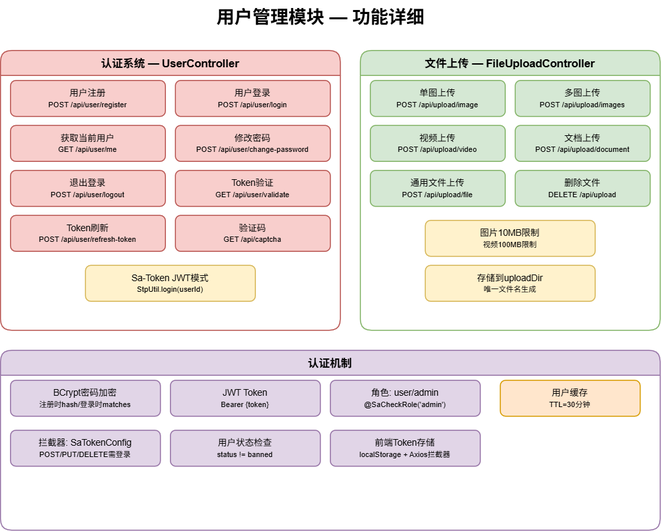
Earlier version of the draw.io export docs/diagrams-png/module-user-mgmt.drawio.png (yhe3603-star/Graduation-Project). Source tidied: cells renumbered, new cells last; positions are measured from the earlier drawing's top-left corner, leaving out a move shared by most shapes.
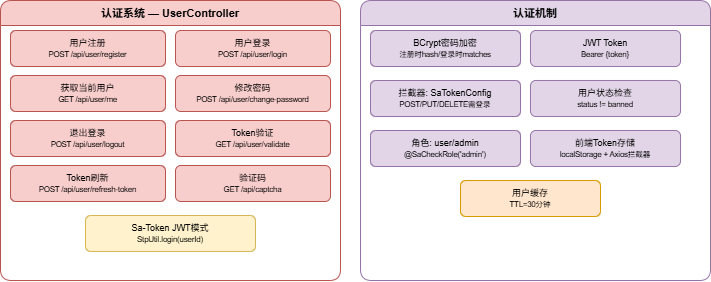
Later version of the same file.

The edit, as a diff of the source:
```diff
@@ -2,11 +2,8 @@
   <root>
     <mxCell id="0" />
     <mxCell id="1" parent="0" />
-    <mxCell id="2" value="用户管理模块 — 功能详细" style="text;html=1;fontSize=18;fontStyle=1;align=center;" parent="1" vertex="1">
-      <mxGeometry x="120" width="400" height="30" as="geometry" />
-    </mxCell>
     <mxCell id="3" value="认证系统 — UserController" style="swimlane;startSize=25;fillColor=#f8cecc;strokeColor=#b85450;fontSize=11;rounded=1;" parent="1" vertex="1">
-      <mxGeometry y="50" width="340" height="280" as="geometry" />
+      <mxGeometry x="-40" y="40" width="340" height="280" as="geometry" />
     </mxCell>
     <mxCell id="4" value="用户注册&lt;br&gt;&lt;small&gt;POST /api/user/register&lt;/small&gt;" style="rounded=1;whiteSpace=wrap;html=1;fillColor=#f8cecc;strokeColor=#b85450;fontSize=9;" parent="3" vertex="1">
       <mxGeometry x="10" y="30" width="155" height="36" as="geometry" />
@@ -35,35 +32,8 @@
     <mxCell id="12" value="Sa-Token JWT模式&lt;br&gt;&lt;small&gt;StpUtil.login(userId)&lt;/small&gt;" style="rounded=1;whiteSpace=wrap;html=1;fillColor=#fff2cc;strokeColor=#d6b656;fontSize=9;" parent="3" vertex="1">
       <mxGeometry x="85" y="215" width="170" height="36" as="geometry" />
     </mxCell>
-    <mxCell id="13" value="文件上传 — FileUploadController" style="swimlane;startSize=25;fillColor=#d5e8d4;strokeColor=#82b366;fontSize=11;rounded=1;" parent="1" vertex="1">
-      <mxGeometry x="360" y="50" width="300" height="280" as="geometry" />
-    </mxCell>
-    <mxCell id="14" value="单图上传&lt;br&gt;&lt;small&gt;POST /api/upload/image&lt;/small&gt;" style="rounded=1;whiteSpace=wrap;html=1;fillColor=#d5e8d4;strokeColor=#82b366;fontSize=9;" parent="13" vertex="1">
-      <mxGeometry x="10" y="30" width="135" height="36" as="geometry" />
-    </mxCell>
-    <mxCell id="15" value="多图上传&lt;br&gt;&lt;small&gt;POST /api/upload/images&lt;/small&gt;" style="rounded=1;whiteSpace=wrap;html=1;fillColor=#d5e8d4;strokeColor=#82b366;fontSize=9;" parent="13" vertex="1">
-      <mxGeometry x="155" y="30" width="135" height="36" as="geometry" />
-    </mxCell>
-    <mxCell id="16" value="视频上传&lt;br&gt;&lt;small&gt;POST /api/upload/video&lt;/small&gt;" style="rounded=1;whiteSpace=wrap;html=1;fillColor=#d5e8d4;strokeColor=#82b366;fontSize=9;" parent="13" vertex="1">
-      <mxGeometry x="10" y="75" width="135" height="36" as="geometry" />
-    </mxCell>
-    <mxCell id="17" value="文档上传&lt;br&gt;&lt;small&gt;POST /api/upload/document&lt;/small&gt;" style="rounded=1;whiteSpace=wrap;html=1;fillColor=#d5e8d4;strokeColor=#82b366;fontSize=9;" parent="13" vertex="1">
-      <mxGeometry x="155" y="75" width="135" height="36" as="geometry" />
-    </mxCell>
-    <mxCell id="18" value="通用文件上传&lt;br&gt;&lt;small&gt;POST /api/upload/file&lt;/small&gt;" style="rounded=1;whiteSpace=wrap;html=1;fillColor=#d5e8d4;strokeColor=#82b366;fontSize=9;" parent="13" vertex="1">
-      <mxGeometry x="10" y="120" width="135" height="36" as="geometry" />
-    </mxCell>
-    <mxCell id="19" value="删除文件&lt;br&gt;&lt;small&gt;DELETE /api/upload&lt;/small&gt;" style="rounded=1;whiteSpace=wrap;html=1;fillColor=#d5e8d4;strokeColor=#82b366;fontSize=9;" parent="13" vertex="1">
-      <mxGeometry x="155" y="120" width="135" height="36" as="geometry" />
-    </mxCell>
-    <mxCell id="20" value="图片10MB限制&lt;br&gt;&lt;small&gt;视频100MB限制&lt;/small&gt;" style="rounded=1;whiteSpace=wrap;html=1;fillColor=#fff2cc;strokeColor=#d6b656;fontSize=9;" parent="13" vertex="1">
-      <mxGeometry x="65" y="170" width="170" height="36" as="geometry" />
-    </mxCell>
-    <mxCell id="21" value="存储到uploadDir&lt;br&gt;&lt;small&gt;唯一文件名生成&lt;/small&gt;" style="rounded=1;whiteSpace=wrap;html=1;fillColor=#fff2cc;strokeColor=#d6b656;fontSize=9;" parent="13" vertex="1">
-      <mxGeometry x="65" y="215" width="170" height="36" as="geometry" />
-    </mxCell>
     <mxCell id="22" value="认证机制" style="swimlane;startSize=25;fillColor=#e1d5e7;strokeColor=#9673a6;fontSize=11;rounded=1;" parent="1" vertex="1">
-      <mxGeometry y="350" width="660" height="180" as="geometry" />
+      <mxGeometry x="320" y="40" width="350" height="280" as="geometry" />
     </mxCell>
     <mxCell id="23" value="BCrypt密码加密&lt;br&gt;&lt;small&gt;注册时hash/登录时matches&lt;/small&gt;" style="rounded=1;whiteSpace=wrap;html=1;fillColor=#e1d5e7;strokeColor=#9673a6;fontSize=9;" parent="22" vertex="1">
       <mxGeometry x="10" y="30" width="150" height="36" as="geometry" />
@@ -72,7 +42,7 @@
       <mxGeometry x="170" y="30" width="150" height="36" as="geometry" />
     </mxCell>
     <mxCell id="25" value="角色: user/admin&lt;br&gt;&lt;small&gt;@SaCheckRole('admin')&lt;/small&gt;" style="rounded=1;whiteSpace=wrap;html=1;fillColor=#e1d5e7;strokeColor=#9673a6;fontSize=9;" parent="22" vertex="1">
-      <mxGeometry x="330" y="30" width="150" height="36" as="geometry" />
+      <mxGeometry x="10" y="130" width="150" height="36" as="geometry" />
     </mxCell>
     <mxCell id="26" value="拦截器: SaTokenConfig&lt;br&gt;&lt;small&gt;POST/PUT/DELETE需登录&lt;/small&gt;" style="rounded=1;whiteSpace=wrap;html=1;fillColor=#e1d5e7;strokeColor=#9673a6;fontSize=9;" parent="22" vertex="1">
       <mxGeometry x="10" y="80" width="150" height="36" as="geometry" />
@@ -81,10 +51,10 @@
       <mxGeometry x="170" y="80" width="150" height="36" as="geometry" />
     </mxCell>
     <mxCell id="28" value="前端Token存储&lt;br&gt;&lt;small&gt;localStorage + Axios拦截器&lt;/small&gt;" style="rounded=1;whiteSpace=wrap;html=1;fillColor=#e1d5e7;strokeColor=#9673a6;fontSize=9;" parent="22" vertex="1">
-      <mxGeometry x="330" y="80" width="150" height="36" as="geometry" />
+      <mxGeometry x="170" y="130" width="150" height="36" as="geometry" />
     </mxCell>
     <mxCell id="29" value="用户缓存&lt;br&gt;&lt;small&gt;TTL=30分钟&lt;/small&gt;" style="rounded=1;whiteSpace=wrap;html=1;fillColor=#ffe6cc;strokeColor=#d79b00;fontSize=9;" parent="22" vertex="1">
-      <mxGeometry x="500" y="30" width="140" height="36" as="geometry" />
+      <mxGeometry x="100" y="180" width="140" height="36" as="geometry" />
     </mxCell>
   </root>
 </mxGraphModel>
```
